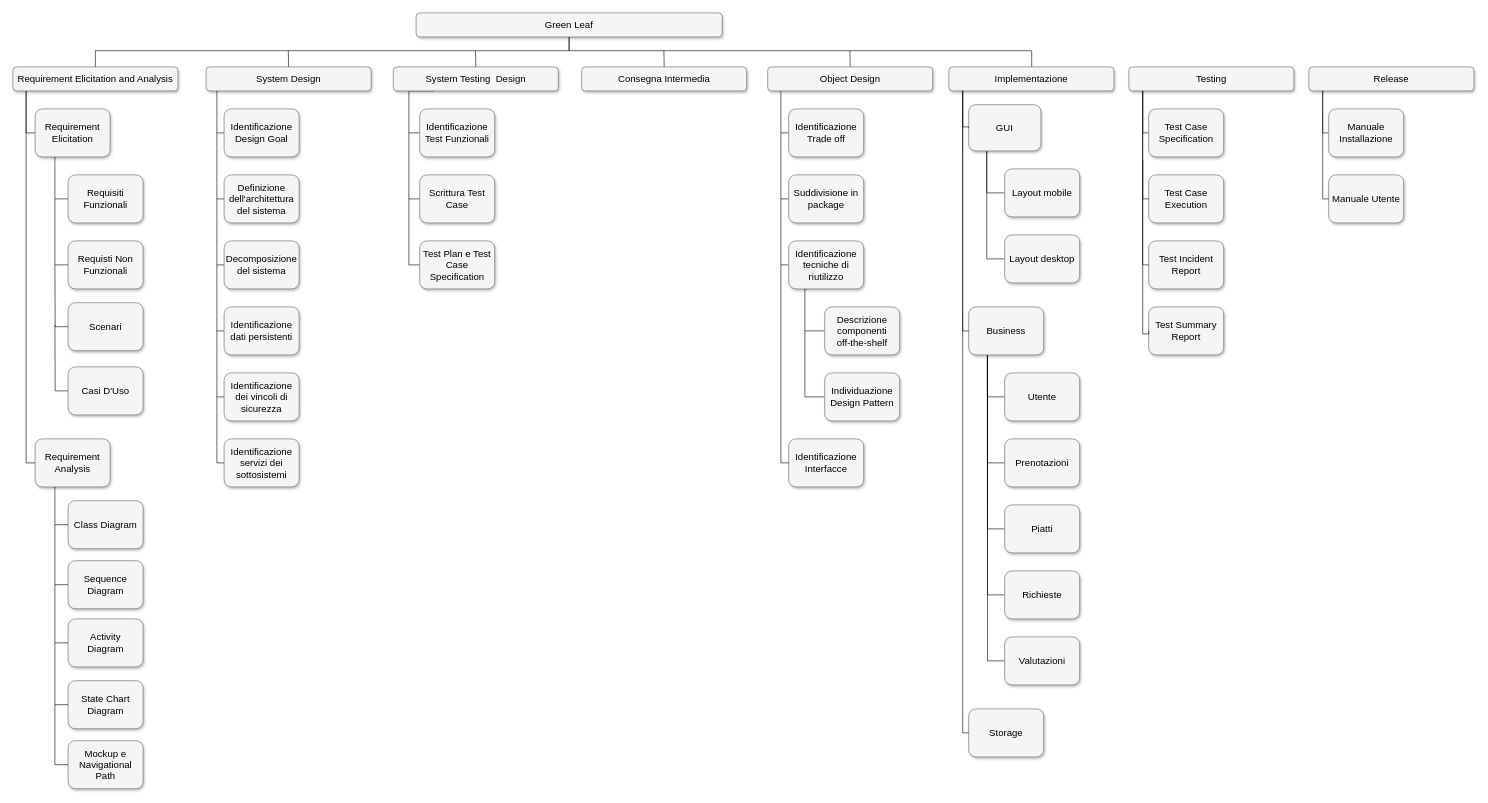
This is page "Page-1" (1 of 2) of Documenti/WBS/WBS_GreenLeaf.drawio from AnttGiam/Green-Leaf, a draw.io file, before an edit. Source tidied: cells renumbered, new cells numbered last; positions are measured from the earlier drawing's top-left corner, leaving out a move shared by most shapes. Both pictures are drawn from the tidied source at 60%, with x=0, y=0 at pixel (13, 13).
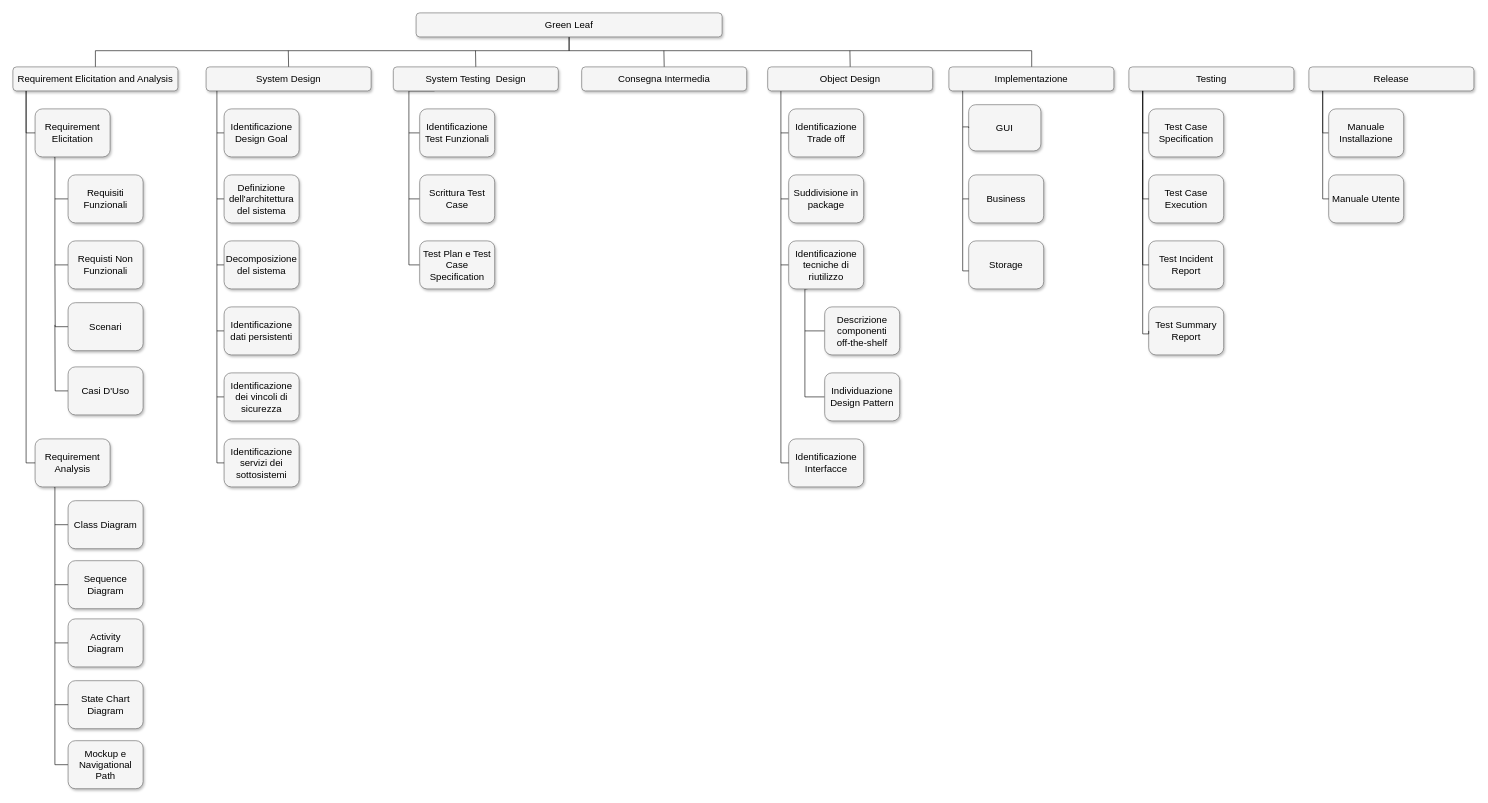
The same diagram, later.

The change refers to these unchanged cells:
```xml
<mxCell id="56" value="GUI" style="whiteSpace=wrap;html=1;rounded=1;shadow=1;strokeWidth=1;fontSize=16;align=center;fillColor=#f5f5f5;strokeColor=#666666;" parent="1" vertex="1">
  <mxGeometry x="1593" y="153" width="120.3" height="77" as="geometry" />
</mxCell>
```

Diff of the diagram source:
```diff
@@
-    <mxCell id="54" style="edgeStyle=orthogonalEdgeStyle;rounded=0;jettySize=auto;html=1;exitX=0.25;exitY=1;exitDx=0;exitDy=0;entryX=0;entryY=0.5;entryDx=0;entryDy=0;endArrow=none;endFill=0;" parent="1" edge="1" source="56" target="58">
-      <mxGeometry relative="1" as="geometry" />
-    </mxCell>
-    <mxCell id="55" style="edgeStyle=orthogonalEdgeStyle;rounded=0;jettySize=auto;html=1;exitX=0.25;exitY=1;exitDx=0;exitDy=0;entryX=0;entryY=0.5;entryDx=0;entryDy=0;endArrow=none;endFill=0;" parent="1" edge="1" source="56" target="57">
-      <mxGeometry relative="1" as="geometry" />
-    </mxCell>
@@
-    <mxCell id="57" value="Layout mobile" style="whiteSpace=wrap;html=1;rounded=1;shadow=1;strokeWidth=1;fontSize=16;align=center;fillColor=#f5f5f5;strokeColor=#666666;" parent="1" vertex="1">
-      <mxGeometry x="1653" y="260" width="125" height="80" as="geometry" />
-    </mxCell>
-    <mxCell id="58" value="Layout desktop" style="whiteSpace=wrap;html=1;rounded=1;shadow=1;strokeWidth=1;fontSize=16;align=center;fillColor=#f5f5f5;strokeColor=#666666;" parent="1" vertex="1">
-      <mxGeometry x="1653" y="370" width="125" height="80" as="geometry" />
-    </mxCell>
-    <mxCell id="59" style="edgeStyle=orthogonalEdgeStyle;rounded=0;jettySize=auto;html=1;exitX=0.25;exitY=1;exitDx=0;exitDy=0;entryX=0;entryY=0.5;entryDx=0;entryDy=0;endArrow=none;endFill=0;" parent="1" edge="1" source="64" target="73">
-      <mxGeometry relative="1" as="geometry" />
-    </mxCell>
-    <mxCell id="60" style="edgeStyle=orthogonalEdgeStyle;rounded=0;jettySize=auto;html=1;exitX=0.25;exitY=1;exitDx=0;exitDy=0;entryX=0;entryY=0.5;entryDx=0;entryDy=0;endArrow=none;endFill=0;" parent="1" edge="1" source="64" target="74">
-      <mxGeometry relative="1" as="geometry" />
-    </mxCell>
-    <mxCell id="61" style="edgeStyle=orthogonalEdgeStyle;rounded=0;jettySize=auto;html=1;exitX=0.25;exitY=1;exitDx=0;exitDy=0;entryX=0;entryY=0.5;entryDx=0;entryDy=0;endArrow=none;endFill=0;" parent="1" edge="1" source="64" target="75">
-      <mxGeometry relative="1" as="geometry" />
-    </mxCell>
-    <mxCell id="62" style="edgeStyle=orthogonalEdgeStyle;rounded=0;jettySize=auto;html=1;exitX=0.25;exitY=1;exitDx=0;exitDy=0;entryX=0;entryY=0.5;entryDx=0;entryDy=0;endArrow=none;endFill=0;" parent="1" edge="1" source="64" target="76">
-      <mxGeometry relative="1" as="geometry" />
-    </mxCell>
-    <mxCell id="63" style="edgeStyle=orthogonalEdgeStyle;rounded=0;jettySize=auto;html=1;exitX=0.25;exitY=1;exitDx=0;exitDy=0;entryX=0;entryY=0.5;entryDx=0;entryDy=0;endArrow=none;endFill=0;" parent="1" edge="1" source="64" target="77">
-      <mxGeometry relative="1" as="geometry" />
-    </mxCell>
     <mxCell id="64" value="Business" style="whiteSpace=wrap;html=1;rounded=1;shadow=1;strokeWidth=1;fontSize=16;align=center;fillColor=#f5f5f5;strokeColor=#666666;" parent="1" vertex="1">
-      <mxGeometry x="1593" y="490" width="125" height="80" as="geometry" />
+      <mxGeometry x="1593" y="270" width="125" height="80" as="geometry" />
     </mxCell>
@@
-    <mxCell id="66" style="edgeStyle=orthogonalEdgeStyle;html=1;startSize=6;endFill=0;endSize=6;strokeWidth=1;fontSize=16;rounded=0;endArrow=none;entryX=0;entryY=0.5;entryDx=0;entryDy=0;" parent="1" edge="1" target="64">
-      <mxGeometry relative="1" as="geometry">
-        <mxPoint x="1583" y="130" as="sourcePoint" />
-        <Array as="points">
-          <mxPoint x="1583" y="530" />
-        </Array>
-      </mxGeometry>
-    </mxCell>
@@
-    <mxCell id="73" value="Utente" style="whiteSpace=wrap;html=1;rounded=1;shadow=1;strokeWidth=1;fontSize=16;align=center;fillColor=#f5f5f5;strokeColor=#666666;" parent="1" vertex="1">
-      <mxGeometry x="1653" y="600" width="125" height="80" as="geometry" />
-    </mxCell>
-    <mxCell id="74" value="Prenotazioni" style="whiteSpace=wrap;html=1;rounded=1;shadow=1;strokeWidth=1;fontSize=16;align=center;fillColor=#f5f5f5;strokeColor=#666666;" parent="1" vertex="1">
-      <mxGeometry x="1653" y="710" width="125" height="80" as="geometry" />
-    </mxCell>
-    <mxCell id="75" value="Piatti" style="whiteSpace=wrap;html=1;rounded=1;shadow=1;strokeWidth=1;fontSize=16;align=center;fillColor=#f5f5f5;strokeColor=#666666;" parent="1" vertex="1">
-      <mxGeometry x="1653" y="820" width="125" height="80" as="geometry" />
-    </mxCell>
-    <mxCell id="76" value="Richieste" style="whiteSpace=wrap;html=1;rounded=1;shadow=1;strokeWidth=1;fontSize=16;align=center;fillColor=#f5f5f5;strokeColor=#666666;" parent="1" vertex="1">
-      <mxGeometry x="1653" y="930" width="125" height="80" as="geometry" />
-    </mxCell>
-    <mxCell id="77" value="Valutazioni" style="whiteSpace=wrap;html=1;rounded=1;shadow=1;strokeWidth=1;fontSize=16;align=center;fillColor=#f5f5f5;strokeColor=#666666;" parent="1" vertex="1">
-      <mxGeometry x="1653" y="1040" width="125" height="80" as="geometry" />
-    </mxCell>
     <mxCell id="78" value="Storage" style="whiteSpace=wrap;html=1;rounded=1;shadow=1;strokeWidth=1;fontSize=16;align=center;fillColor=#f5f5f5;strokeColor=#666666;" parent="1" vertex="1">
-      <mxGeometry x="1593" y="1160" width="125" height="80" as="geometry" />
+      <mxGeometry x="1593" y="380" width="125" height="80" as="geometry" />
     </mxCell>
-    <mxCell id="79" style="edgeStyle=orthogonalEdgeStyle;html=1;startSize=6;endFill=0;endSize=6;strokeWidth=1;fontSize=16;rounded=0;endArrow=none;entryX=0;entryY=0.5;entryDx=0;entryDy=0;" parent="1" edge="1" target="78">
-      <mxGeometry relative="1" as="geometry">
-        <mxPoint x="1583" y="130" as="sourcePoint" />
-        <Array as="points">
-          <mxPoint x="1583" y="1200" />
-        </Array>
-      </mxGeometry>
-    </mxCell>
@@
+    <mxCell id="101" style="endArrow=none;html=1;rounded=0;exitX=0;exitY=0.5;exitDx=0;exitDy=0;" parent="1" edge="1" source="64">
+      <mxGeometry relative="1" as="geometry">
+        <mxPoint x="1583" y="190" as="targetPoint" />
+        <Array as="points">
+          <mxPoint x="1583" y="310" />
+        </Array>
+      </mxGeometry>
+    </mxCell>
+    <mxCell id="102" style="endArrow=none;html=1;rounded=0;exitX=0;exitY=0.5;exitDx=0;exitDy=0;" parent="1" edge="1">
+      <mxGeometry relative="1" as="geometry">
+        <mxPoint x="1593" y="430" as="sourcePoint" />
+        <mxPoint x="1583" y="310" as="targetPoint" />
+        <Array as="points">
+          <mxPoint x="1583" y="430" />
+        </Array>
+      </mxGeometry>
+    </mxCell>
```
